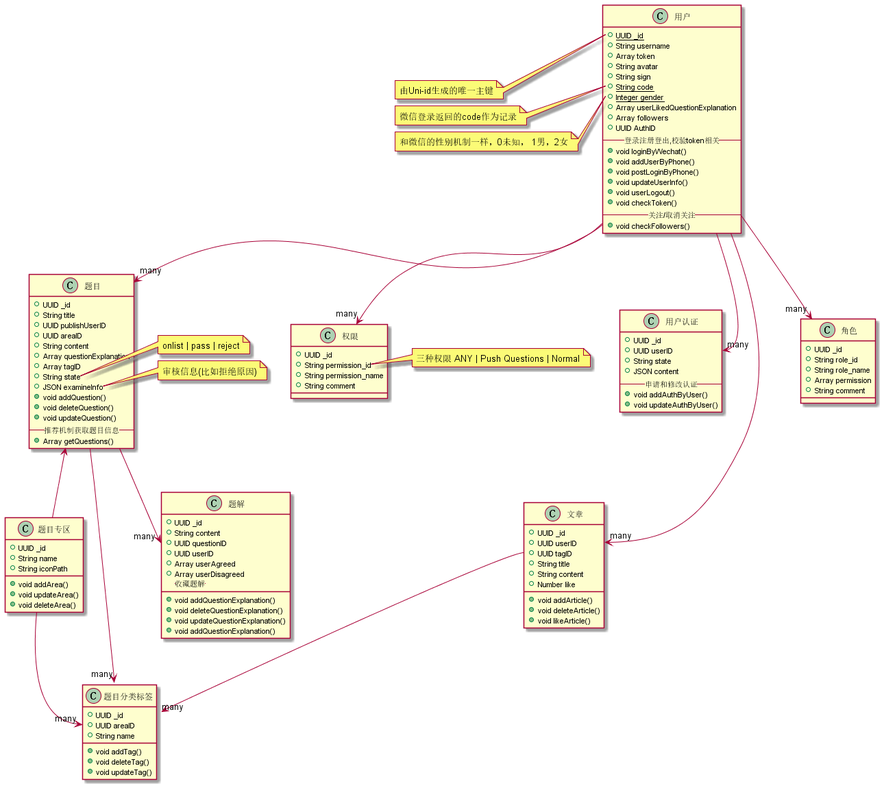
swordjs/app keeps this PlantUML diagram as out/doc/db/core/core.png. Above is the earlier version.
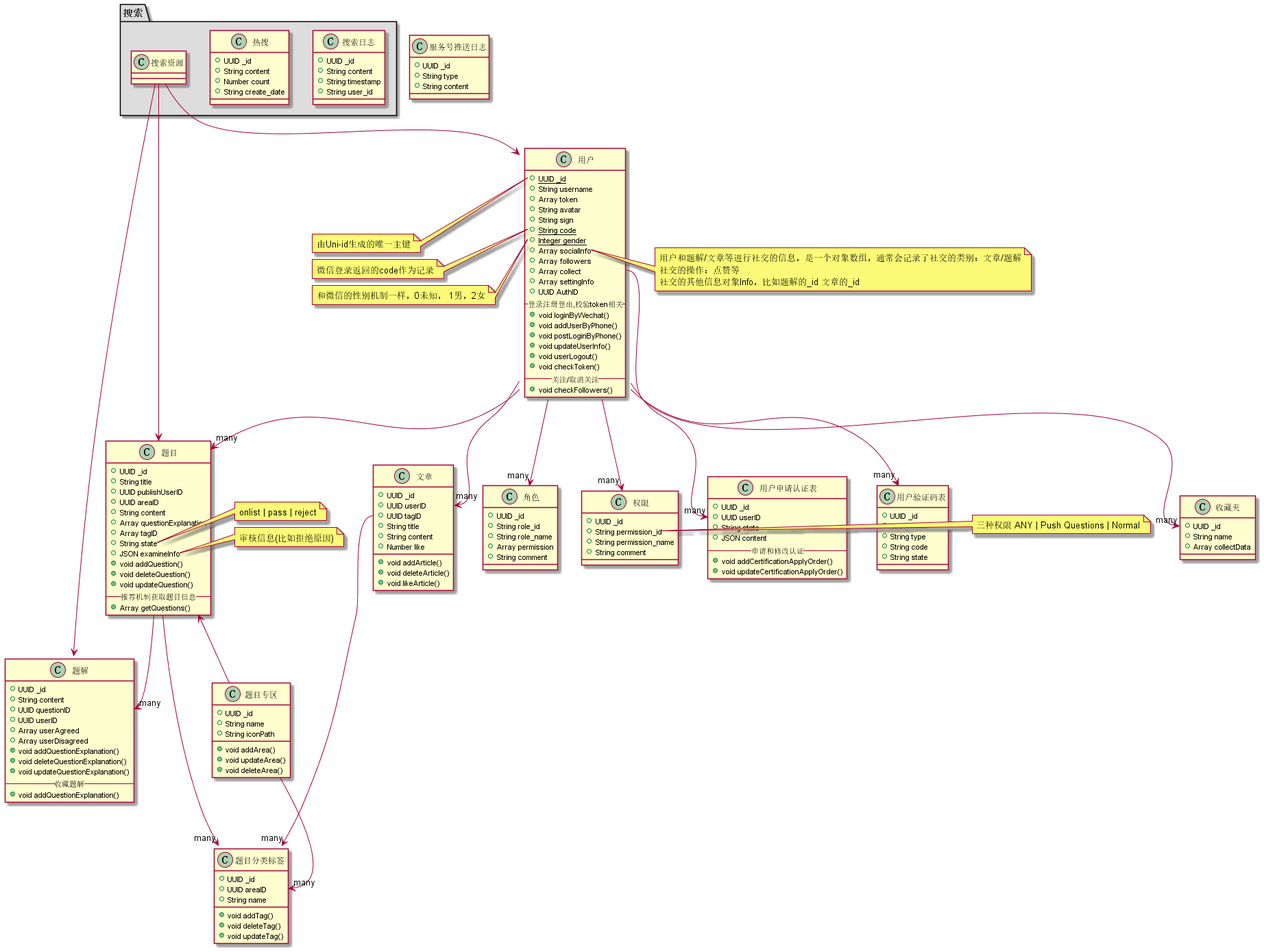
After the commit.

Commit message:
[doc]更新类图搜索模块

What changed in the source:
```diff
@@ -7,8 +7,10 @@
     +String sign
     {static} +String code
     {static} +Integer gender
-    +Array userLikedQuestionExplanation
+    +Array socialInfo
     +Array followers
+    +Array collect
+    +Array settingInfo
     +UUID AuthID
     --登录注册登出,校验token相关--
     +void loginByWechat()
@@ -20,14 +22,26 @@
     --关注/取消关注--
     +void checkFollowers()
 }
-class 用户认证{
+class 收藏夹 {
+    +UUID _id
+    +String name
+    +Array collectData
+}
+class 用户申请认证表{
     +UUID _id
     +UUID userID
     +String state
     +JSON content
     --申请和修改认证--
-    +void addAuthByUser()
-    +void updateAuthByUser()
+    +void addCertificationApplyOrder()
+    +void updateCertificationApplyOrder()
+}
+class 用户验证码表{
+    +UUID _id
+    +String mobile
+    +String type
+    +String code
+    +String state
 }
 class 题目专区 {
     +UUID _id
@@ -71,7 +85,7 @@
     +void addQuestionExplanation()
     +void deleteQuestionExplanation()
     +void updateQuestionExplanation()
-     --收藏题解--
+    --收藏题解--
     +void addQuestionExplanation()
 }
 
@@ -102,11 +116,38 @@
     +String comment
 }
 
+
+class 服务号推送日志{
+    +UUID _id
+    +String type
+    +String content
+}
+
+namespace 搜索 #DDDDDD {
+    class 搜索日志 {
+        +UUID _id
+        +String content
+        +String timestamp
+        +String user_id
+    }
+    class 热搜 {
+        +UUID _id
+        +String content
+        +Number count
+        +String create_date
+    }
+    .搜索资源 --> .用户
+    .搜索资源 --> .题目
+    .搜索资源 --> .题解
+}
+
 题目专区 --> "many" 题目分类标签::areaID
 用户 --> "many" 题目
-用户 --> "many" 用户认证::userID
+用户 --> "many" 用户申请认证表::userID
 用户 --> "many" 文章::userID
 用户 --> "many" 角色
+用户 --> "many" 用户验证码表
+用户::collect --> "many" 收藏夹::_id
 用户 --> "many" 权限
 文章::tagID --> "many" 题目分类标签
 题目 --> "many" 题目分类标签
@@ -114,6 +155,11 @@
 题目 --> "many" 题解::questionID
 note left of 用户::_id
 由Uni-id生成的唯一主键
+end note
+note right of 用户::socialInfo
+用户和题解/文章等进行社交的信息，是一个对象数组，通常会记录了社交的类别：文章/题解
+社交的操作：点赞等
+社交的其他信息对象Info，比如题解的_id 文章的_id
 end note
 note left of 用户::code
 微信登录返回的code作为记录
```
